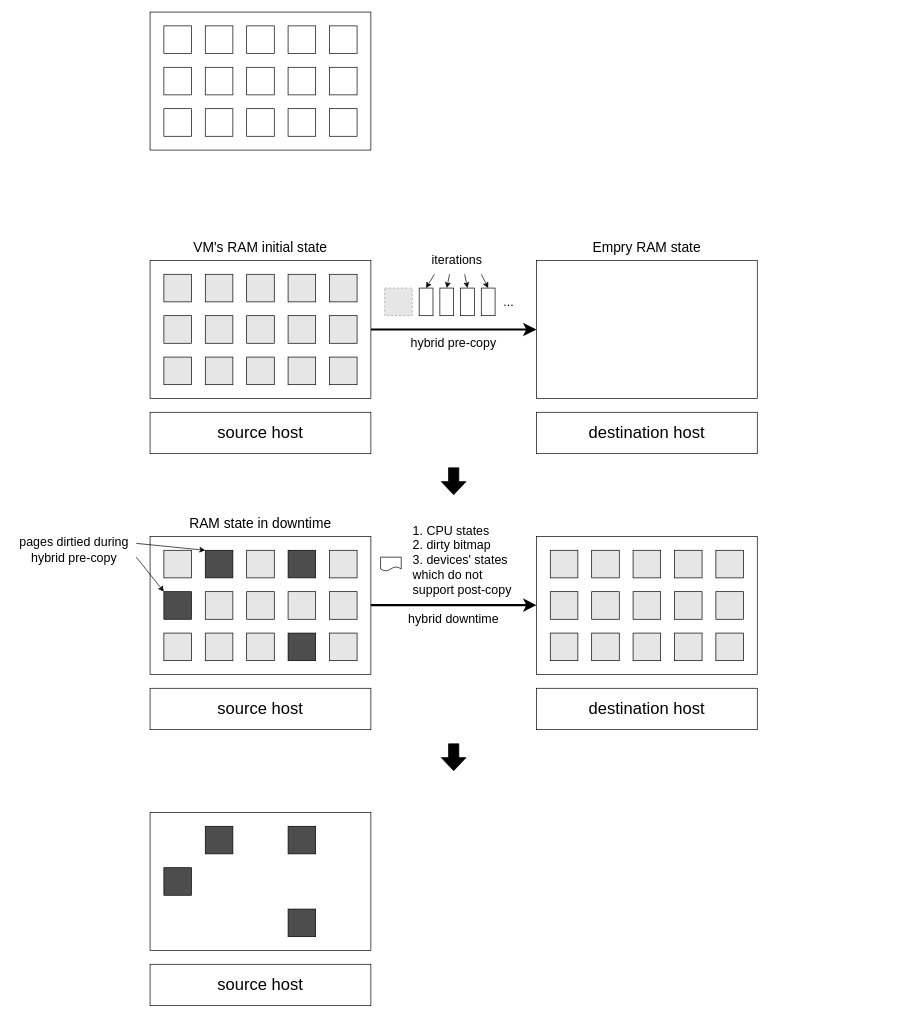
Earlier version of the draw.io diagram final/hybrid migration process.drawio (xuyizhe1999/drawio). Source tidied: cells renumbered, new cells numbered last; positions are measured from the earlier drawing's top-left corner, leaving out a move shared by most shapes. Both pictures are drawn from the tidied source at 69%, with x=0, y=0 at pixel (12, 12). Pictures stored in the file or linked from it are replaced by grey dashed boxes.
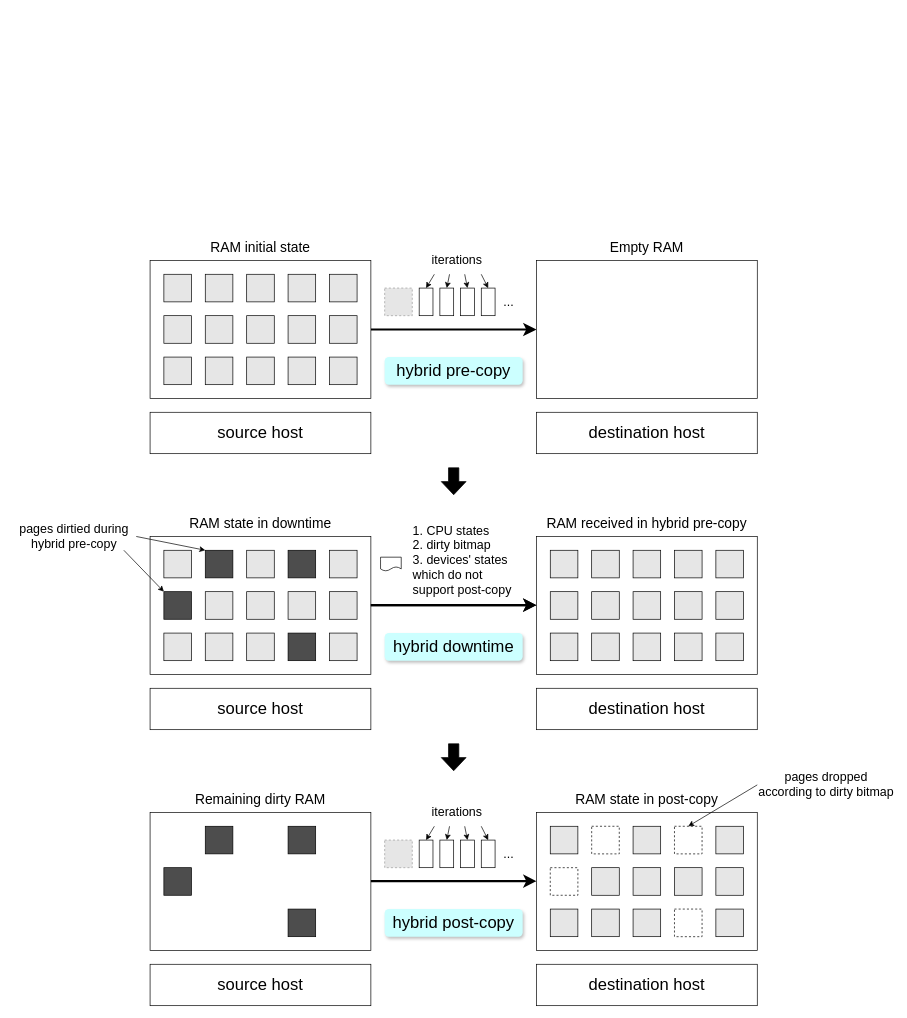
Above is the later version.

The change refers to these unchanged cells:
```xml
<mxCell id="55" style="rounded=0;whiteSpace=wrap;html=1;fillColor=#4D4D4D;" parent="1" vertex="1">
  <mxGeometry x="280" y="780" width="40" height="40" as="geometry" />
</mxCell>
<mxCell id="59" style="rounded=0;whiteSpace=wrap;html=1;fillColor=#4D4D4D;" parent="1" vertex="1">
  <mxGeometry x="220" y="840" width="40" height="40" as="geometry" />
</mxCell>
```

What changed in the source:
```diff
@@
-    <mxCell id="2" style="rounded=0;whiteSpace=wrap;html=1;" parent="1" vertex="1">
-      <mxGeometry x="200" width="320" height="200" as="geometry" />
-    </mxCell>
-    <mxCell id="3" style="rounded=0;whiteSpace=wrap;html=1;" parent="1" vertex="1">
-      <mxGeometry x="220" y="20" width="40" height="40" as="geometry" />
-    </mxCell>
-    <mxCell id="4" style="rounded=0;whiteSpace=wrap;html=1;" parent="1" vertex="1">
-      <mxGeometry x="280" y="20" width="40" height="40" as="geometry" />
-    </mxCell>
-    <mxCell id="5" style="rounded=0;whiteSpace=wrap;html=1;" parent="1" vertex="1">
-      <mxGeometry x="340" y="20" width="40" height="40" as="geometry" />
-    </mxCell>
-    <mxCell id="6" style="rounded=0;whiteSpace=wrap;html=1;" parent="1" vertex="1">
-      <mxGeometry x="400" y="20" width="40" height="40" as="geometry" />
-    </mxCell>
-    <mxCell id="7" style="rounded=0;whiteSpace=wrap;html=1;" parent="1" vertex="1">
-      <mxGeometry x="460" y="20" width="40" height="40" as="geometry" />
-    </mxCell>
-    <mxCell id="8" style="rounded=0;whiteSpace=wrap;html=1;" parent="1" vertex="1">
-      <mxGeometry x="220" y="80" width="40" height="40" as="geometry" />
-    </mxCell>
-    <mxCell id="9" style="rounded=0;whiteSpace=wrap;html=1;" parent="1" vertex="1">
-      <mxGeometry x="280" y="80" width="40" height="40" as="geometry" />
-    </mxCell>
-    <mxCell id="10" style="rounded=0;whiteSpace=wrap;html=1;" parent="1" vertex="1">
-      <mxGeometry x="340" y="80" width="40" height="40" as="geometry" />
-    </mxCell>
-    <mxCell id="11" style="rounded=0;whiteSpace=wrap;html=1;" parent="1" vertex="1">
-      <mxGeometry x="400" y="80" width="40" height="40" as="geometry" />
-    </mxCell>
-    <mxCell id="12" style="rounded=0;whiteSpace=wrap;html=1;" parent="1" vertex="1">
-      <mxGeometry x="460" y="80" width="40" height="40" as="geometry" />
-    </mxCell>
-    <mxCell id="13" style="rounded=0;whiteSpace=wrap;html=1;" parent="1" vertex="1">
-      <mxGeometry x="220" y="140" width="40" height="40" as="geometry" />
-    </mxCell>
-    <mxCell id="14" style="rounded=0;whiteSpace=wrap;html=1;" parent="1" vertex="1">
-      <mxGeometry x="280" y="140" width="40" height="40" as="geometry" />
-    </mxCell>
-    <mxCell id="15" style="rounded=0;whiteSpace=wrap;html=1;" parent="1" vertex="1">
-      <mxGeometry x="340" y="140" width="40" height="40" as="geometry" />
-    </mxCell>
-    <mxCell id="16" style="rounded=0;whiteSpace=wrap;html=1;" parent="1" vertex="1">
-      <mxGeometry x="400" y="140" width="40" height="40" as="geometry" />
-    </mxCell>
-    <mxCell id="17" style="rounded=0;whiteSpace=wrap;html=1;" parent="1" vertex="1">
-      <mxGeometry x="460" y="140" width="40" height="40" as="geometry" />
-    </mxCell>
@@
-    <mxCell id="38" value="&lt;font style=&quot;font-size: 20px;&quot;&gt;VM's RAM initial state&lt;/font&gt;" style="text;html=1;strokeColor=none;fillColor=none;align=center;verticalAlign=middle;whiteSpace=wrap;rounded=0;" parent="1" vertex="1">
+    <mxCell id="38" value="&lt;font style=&quot;font-size: 20px;&quot;&gt;RAM initial state&lt;/font&gt;" style="text;html=1;strokeColor=none;fillColor=none;align=center;verticalAlign=middle;whiteSpace=wrap;rounded=0;" parent="1" vertex="1">
       <mxGeometry x="200" y="320" width="320" height="40" as="geometry" />
     </mxCell>
@@
-    <mxCell id="40" value="&lt;font style=&quot;font-size: 18px;&quot;&gt;hybrid pre-copy&lt;/font&gt;" style="text;html=1;strokeColor=none;fillColor=none;align=center;verticalAlign=middle;whiteSpace=wrap;rounded=0;" parent="1" vertex="1">
-      <mxGeometry x="560" y="460" width="160" height="40" as="geometry" />
+    <mxCell id="40" value="&lt;font style=&quot;font-size: 24px;&quot;&gt;hybrid pre-copy&lt;/font&gt;" style="text;html=1;strokeColor=none;fillColor=#CCFFFF;align=center;verticalAlign=middle;whiteSpace=wrap;rounded=1;shadow=1;glass=0;dashed=1;" parent="1" vertex="1">
+      <mxGeometry x="540" y="500" width="200" height="40" as="geometry" />
     </mxCell>
@@
-    <mxCell id="49" value="&lt;font style=&quot;font-size: 20px;&quot;&gt;Empry RAM state&lt;/font&gt;" style="text;html=1;strokeColor=none;fillColor=none;align=center;verticalAlign=middle;whiteSpace=wrap;rounded=0;" parent="1" vertex="1">
-      <mxGeometry x="760" y="320" width="320" height="40" as="geometry" />
-    </mxCell>
@@
     <mxCell id="71" value="&lt;font style=&quot;font-size: 18px;&quot;&gt;pages dirtied during hybrid pre-copy&lt;/font&gt;" style="text;html=1;strokeColor=none;fillColor=none;align=center;verticalAlign=middle;whiteSpace=wrap;rounded=0;" parent="1" vertex="1">
-      <mxGeometry y="760" width="180" height="40" as="geometry" />
+      <mxGeometry y="740" width="180" height="40" as="geometry" />
     </mxCell>
-    <mxCell id="72" style="endArrow=classic;html=1;rounded=0;exitX=1;exitY=0.25;exitDx=0;exitDy=0;entryX=0;entryY=0;entryDx=0;entryDy=0;" parent="1" edge="1" source="71" target="55">
+    <mxCell id="72" style="endArrow=classic;html=1;rounded=0;exitX=1;exitY=0.5;exitDx=0;exitDy=0;entryX=0;entryY=0;entryDx=0;entryDy=0;" parent="1" edge="1" source="71" target="55">
       <mxGeometry relative="1" as="geometry" />
     </mxCell>
-    <mxCell id="73" style="endArrow=classic;html=1;rounded=0;exitX=1;exitY=0.75;exitDx=0;exitDy=0;entryX=0;entryY=0;entryDx=0;entryDy=0;" parent="1" edge="1" source="71" target="59">
+    <mxCell id="73" style="endArrow=classic;html=1;rounded=0;exitX=0.9;exitY=1;exitDx=0;exitDy=0;entryX=0;entryY=0;entryDx=0;entryDy=0;exitPerimeter=0;" parent="1" edge="1" source="71" target="59">
       <mxGeometry relative="1" as="geometry" />
     </mxCell>
@@
-    <mxCell id="92" value="&lt;font style=&quot;font-size: 18px;&quot;&gt;hybrid downtime&lt;/font&gt;" style="text;html=1;strokeColor=none;fillColor=none;align=center;verticalAlign=middle;whiteSpace=wrap;rounded=0;" parent="1" vertex="1">
-      <mxGeometry x="560" y="860" width="160" height="40" as="geometry" />
+    <mxCell id="92" value="&lt;font style=&quot;font-size: 24px;&quot;&gt;hybrid downtime&lt;/font&gt;" style="text;html=1;strokeColor=none;fillColor=#CCFFFF;align=center;verticalAlign=middle;whiteSpace=wrap;rounded=1;shadow=1;" parent="1" vertex="1">
+      <mxGeometry x="540" y="900" width="200" height="40" as="geometry" />
     </mxCell>
@@
+    <mxCell id="102" value="&lt;span style=&quot;font-size: 20px;&quot;&gt;Remaining dirty RAM&lt;/span&gt;" style="text;html=1;strokeColor=none;fillColor=none;align=center;verticalAlign=middle;whiteSpace=wrap;rounded=0;" parent="1" vertex="1">
+      <mxGeometry x="200" y="1120" width="320" height="40" as="geometry" />
+    </mxCell>
+    <mxCell id="103" value="&lt;font style=&quot;font-size: 20px;&quot;&gt;Empty RAM&lt;/font&gt;" style="text;html=1;strokeColor=none;fillColor=none;align=center;verticalAlign=middle;whiteSpace=wrap;rounded=0;" parent="1" vertex="1">
+      <mxGeometry x="760" y="320" width="320" height="40" as="geometry" />
+    </mxCell>
+    <mxCell id="104" value="&lt;font style=&quot;font-size: 20px;&quot;&gt;RAM received in hybrid pre-copy&lt;/font&gt;" style="text;html=1;strokeColor=none;fillColor=none;align=center;verticalAlign=middle;whiteSpace=wrap;rounded=0;" parent="1" vertex="1">
+      <mxGeometry x="760" y="720" width="320" height="40" as="geometry" />
+    </mxCell>
+    <mxCell id="105" style="edgeStyle=orthogonalEdgeStyle;rounded=0;orthogonalLoop=1;jettySize=auto;html=1;exitX=1;exitY=0.5;exitDx=0;exitDy=0;entryX=0;entryY=0.5;entryDx=0;entryDy=0;endSize=10;startSize=10;strokeWidth=3;" parent="1" edge="1">
+      <mxGeometry relative="1" as="geometry">
+        <mxPoint x="520" y="859.5" as="sourcePoint" />
+        <mxPoint x="760" y="859.5" as="targetPoint" />
+      </mxGeometry>
+    </mxCell>
+    <mxCell id="106" style="edgeStyle=orthogonalEdgeStyle;rounded=0;orthogonalLoop=1;jettySize=auto;html=1;exitX=1;exitY=0.5;exitDx=0;exitDy=0;entryX=0;entryY=0.5;entryDx=0;entryDy=0;endSize=10;startSize=10;strokeWidth=3;" parent="1" edge="1">
+      <mxGeometry relative="1" as="geometry">
+        <mxPoint x="520" y="1259.5" as="sourcePoint" />
+        <mxPoint x="760" y="1259.5" as="targetPoint" />
+      </mxGeometry>
+    </mxCell>
+    <mxCell id="107" style="rounded=0;whiteSpace=wrap;html=1;" parent="1" vertex="1">
+      <mxGeometry x="760" y="1160" width="320" height="200" as="geometry" />
+    </mxCell>
+    <mxCell id="108" style="rounded=0;whiteSpace=wrap;html=1;fillColor=#E6E6E6;" parent="1" vertex="1">
+      <mxGeometry x="780" y="1180" width="40" height="40" as="geometry" />
+    </mxCell>
+    <mxCell id="109" style="rounded=0;whiteSpace=wrap;html=1;fillColor=#E6E6E6;" parent="1" vertex="1">
+      <mxGeometry x="900" y="1180" width="40" height="40" as="geometry" />
+    </mxCell>
+    <mxCell id="110" style="rounded=0;whiteSpace=wrap;html=1;fillColor=none;dashed=1;" parent="1" vertex="1">
+      <mxGeometry x="960" y="1180" width="40" height="40" as="geometry" />
+    </mxCell>
+    <mxCell id="111" style="rounded=0;whiteSpace=wrap;html=1;fillColor=#E6E6E6;" parent="1" vertex="1">
+      <mxGeometry x="1020" y="1180" width="40" height="40" as="geometry" />
+    </mxCell>
+    <mxCell id="112" style="rounded=0;whiteSpace=wrap;html=1;fillColor=#E6E6E6;" parent="1" vertex="1">
+      <mxGeometry x="840" y="1240" width="40" height="40" as="geometry" />
+    </mxCell>
+    <mxCell id="113" style="rounded=0;whiteSpace=wrap;html=1;fillColor=#E6E6E6;" parent="1" vertex="1">
+      <mxGeometry x="900" y="1240" width="40" height="40" as="geometry" />
+    </mxCell>
+    <mxCell id="114" style="rounded=0;whiteSpace=wrap;html=1;fillColor=#E6E6E6;" parent="1" vertex="1">
+      <mxGeometry x="960" y="1240" width="40" height="40" as="geometry" />
+    </mxCell>
+    <mxCell id="115" style="rounded=0;whiteSpace=wrap;html=1;fillColor=#E6E6E6;" parent="1" vertex="1">
+      <mxGeometry x="1020" y="1240" width="40" height="40" as="geometry" />
+    </mxCell>
+    <mxCell id="116" style="rounded=0;whiteSpace=wrap;html=1;fillColor=#E6E6E6;" parent="1" vertex="1">
+      <mxGeometry x="780" y="1300" width="40" height="40" as="geometry" />
+    </mxCell>
+    <mxCell id="117" style="rounded=0;whiteSpace=wrap;html=1;fillColor=#E6E6E6;" parent="1" vertex="1">
+      <mxGeometry x="840" y="1300" width="40" height="40" as="geometry" />
+    </mxCell>
+    <mxCell id="118" style="rounded=0;whiteSpace=wrap;html=1;fillColor=#E6E6E6;" parent="1" vertex="1">
+      <mxGeometry x="900" y="1300" width="40" height="40" as="geometry" />
+    </mxCell>
+    <mxCell id="119" style="rounded=0;whiteSpace=wrap;html=1;fillColor=#E6E6E6;" parent="1" vertex="1">
+      <mxGeometry x="1020" y="1300" width="40" height="40" as="geometry" />
+    </mxCell>
+    <mxCell id="120" value="&lt;font style=&quot;font-size: 24px;&quot;&gt;destination host&lt;/font&gt;" style="rounded=0;whiteSpace=wrap;html=1;" parent="1" vertex="1">
+      <mxGeometry x="760" y="1380" width="320" height="60" as="geometry" />
+    </mxCell>
+    <mxCell id="121" value="&lt;font style=&quot;font-size: 20px;&quot;&gt;RAM state in post-copy&lt;/font&gt;" style="text;html=1;strokeColor=none;fillColor=none;align=center;verticalAlign=middle;whiteSpace=wrap;rounded=0;" parent="1" vertex="1">
+      <mxGeometry x="760" y="1120" width="320" height="40" as="geometry" />
+    </mxCell>
+    <mxCell id="122" value="&lt;font style=&quot;font-size: 24px;&quot;&gt;hybrid post-copy&lt;/font&gt;" style="text;html=1;strokeColor=none;fillColor=#CCFFFF;align=center;verticalAlign=middle;whiteSpace=wrap;rounded=1;shadow=1;" parent="1" vertex="1">
+      <mxGeometry x="540" y="1300" width="200" height="40" as="geometry" />
+    </mxCell>
+    <mxCell id="123" value="&lt;font style=&quot;font-size: 18px;&quot;&gt;pages dropped according to dirty bitmap&lt;/font&gt;" style="text;html=1;strokeColor=none;fillColor=none;align=center;verticalAlign=middle;whiteSpace=wrap;rounded=0;" parent="1" vertex="1">
+      <mxGeometry x="1080" y="1100" width="200" height="40" as="geometry" />
+    </mxCell>
+    <mxCell id="124" style="endArrow=classic;html=1;rounded=0;exitX=0;exitY=0.5;exitDx=0;exitDy=0;entryX=0.5;entryY=0;entryDx=0;entryDy=0;" parent="1" edge="1" source="123" target="110">
+      <mxGeometry relative="1" as="geometry" />
+    </mxCell>
+    <mxCell id="125" style="rounded=0;whiteSpace=wrap;html=1;fillColor=none;dashed=1;" parent="1" vertex="1">
+      <mxGeometry x="840" y="1180" width="40" height="40" as="geometry" />
+    </mxCell>
+    <mxCell id="126" style="rounded=0;whiteSpace=wrap;html=1;fillColor=none;dashed=1;" parent="1" vertex="1">
+      <mxGeometry x="780" y="1240" width="40" height="40" as="geometry" />
+    </mxCell>
+    <mxCell id="127" style="rounded=0;whiteSpace=wrap;html=1;fillColor=none;dashed=1;" parent="1" vertex="1">
+      <mxGeometry x="960" y="1300" width="40" height="40" as="geometry" />
+    </mxCell>
+    <mxCell id="128" style="fillColor=#E6E6E6;strokeColor=#999999;dashed=1;html=1;verticalAlign=top;verticalLabelPosition=bottom;labelBackgroundColor=#ffffff;" parent="1" vertex="1">
+      <mxGeometry x="540" y="1200" width="40" height="40" as="geometry" />
+    </mxCell>
+    <mxCell id="129" style="rounded=0;whiteSpace=wrap;html=1;" parent="1" vertex="1">
+      <mxGeometry x="590" y="1200" width="20" height="40" as="geometry" />
+    </mxCell>
+    <mxCell id="130" style="rounded=0;whiteSpace=wrap;html=1;" parent="1" vertex="1">
+      <mxGeometry x="620" y="1200" width="20" height="40" as="geometry" />
+    </mxCell>
+    <mxCell id="131" style="rounded=0;whiteSpace=wrap;html=1;" parent="1" vertex="1">
+      <mxGeometry x="650" y="1200" width="20" height="40" as="geometry" />
+    </mxCell>
+    <mxCell id="132" style="rounded=0;whiteSpace=wrap;html=1;" parent="1" vertex="1">
+      <mxGeometry x="680" y="1200" width="20" height="40" as="geometry" />
+    </mxCell>
+    <mxCell id="133" value="&lt;font style=&quot;font-size: 18px;&quot;&gt;...&lt;/font&gt;" style="text;html=1;strokeColor=none;fillColor=none;align=center;verticalAlign=middle;whiteSpace=wrap;rounded=0;" parent="1" vertex="1">
+      <mxGeometry x="700" y="1200" width="40" height="40" as="geometry" />
+    </mxCell>
+    <mxCell id="134" value="&lt;font style=&quot;font-size: 18px;&quot;&gt;iterations&lt;/font&gt;" style="text;html=1;strokeColor=none;fillColor=none;align=center;verticalAlign=middle;whiteSpace=wrap;rounded=0;" parent="1" vertex="1">
+      <mxGeometry x="590" y="1140" width="110" height="40" as="geometry" />
+    </mxCell>
+    <mxCell id="135" style="endArrow=classic;html=1;rounded=0;exitX=0.2;exitY=1;exitDx=0;exitDy=0;exitPerimeter=0;" parent="1" edge="1" source="134">
+      <mxGeometry relative="1" as="geometry">
+        <mxPoint x="600" y="1200" as="targetPoint" />
+      </mxGeometry>
+    </mxCell>
+    <mxCell id="136" style="endArrow=classic;html=1;rounded=0;exitX=0.4;exitY=1;exitDx=0;exitDy=0;exitPerimeter=0;entryX=0.5;entryY=0;entryDx=0;entryDy=0;" parent="1" edge="1" source="134" target="130">
+      <mxGeometry relative="1" as="geometry" />
+    </mxCell>
+    <mxCell id="137" style="endArrow=classic;html=1;rounded=0;exitX=0.6;exitY=1;exitDx=0;exitDy=0;exitPerimeter=0;entryX=0.5;entryY=0;entryDx=0;entryDy=0;" parent="1" edge="1" source="134" target="131">
+      <mxGeometry relative="1" as="geometry" />
+    </mxCell>
+    <mxCell id="138" style="endArrow=classic;html=1;rounded=0;exitX=0.818;exitY=1;exitDx=0;exitDy=0;exitPerimeter=0;entryX=0.5;entryY=0;entryDx=0;entryDy=0;" parent="1" edge="1" source="134" target="132">
+      <mxGeometry relative="1" as="geometry" />
+    </mxCell>
```
